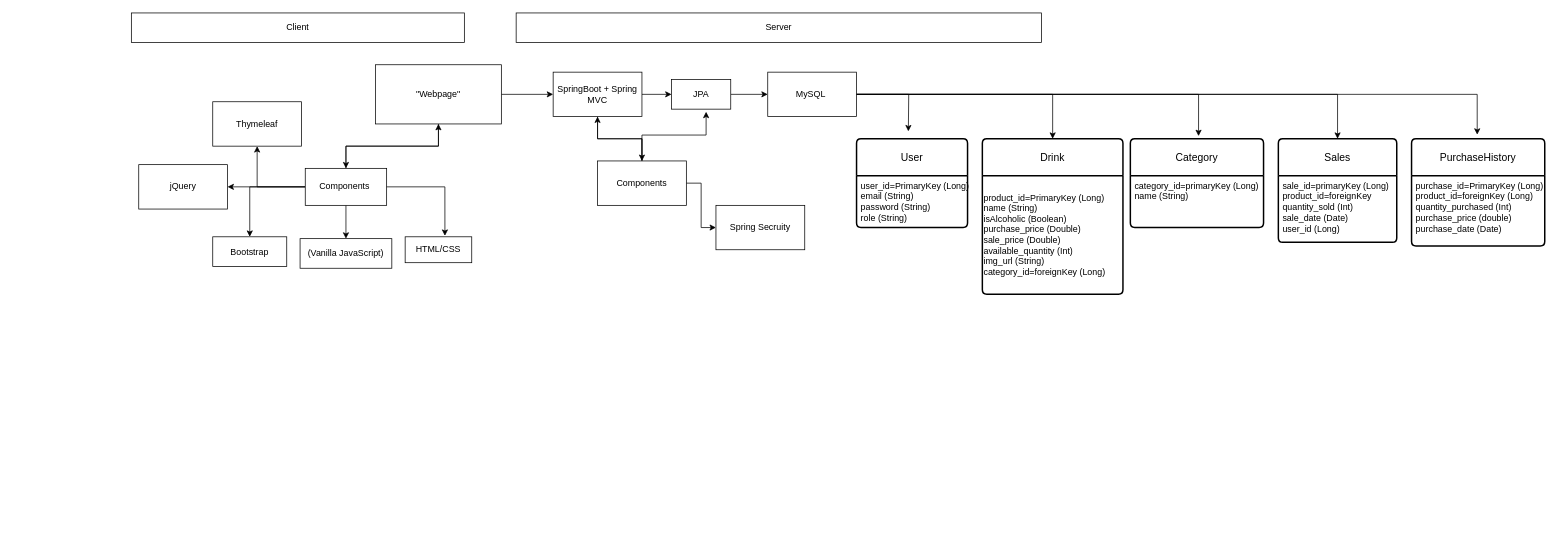
j4n-r/Inventory_V2 keeps this draw.io diagram as Inventory_V2.drawio. Above is the earlier version. Source tidied: cells renumbered, new cells numbered last; positions are measured from the earlier drawing's top-left corner, leaving out a move shared by most shapes. Both pictures are drawn from the tidied source at 74%, with x=0, y=0 at pixel (131, 13).
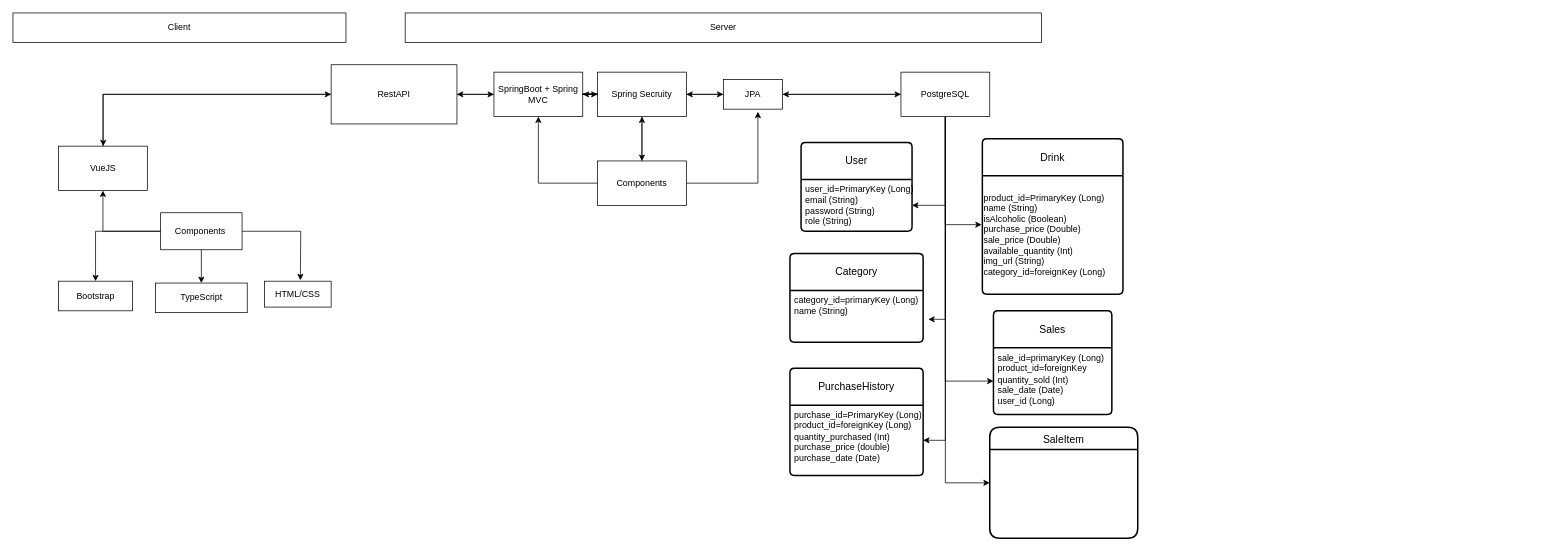
Above is the later version.

Commit message (it also covers changes not shown here):
0.0.3 Added login - switched from H2 in memory DB to PostgreSQL

The change refers to these unchanged cells:
```xml
<mxCell id="2" value="Drink" style="swimlane;horizontal=1;startSize=50;rounded=1;fontSize=14;fontStyle=0;strokeWidth=2;shadow=0;dashed=0;align=center;arcSize=4;whiteSpace=wrap;html=1;" parent="1" vertex="1">
  <mxGeometry x="1150" y="170" width="190" height="210" as="geometry" />
</mxCell>
<mxCell id="3" value="&lt;div style=&quot;&quot;&gt;product_id=PrimaryKey (Long)&lt;span style=&quot;background-color: initial; white-space-collapse: preserve;&quot;&gt;&#9;&lt;/span&gt;&lt;span style=&quot;background-color: initial; white-space-collapse: preserve;&quot;&gt;&#9;&lt;/span&gt;&lt;span style=&quot;background-color: initial; white-space-collapse: preserve;&quot;&gt;&#9;&lt;/span&gt;&lt;/div&gt;&lt;div style=&quot;&quot;&gt;&lt;span style=&quot;background-color: initial;&quot;&gt;name (String)&lt;/span&gt;&lt;/div&gt;&lt;div style=&quot;&quot;&gt;&lt;span style=&quot;background-color: initial;&quot;&gt;isAlcoholic (Boolean)&lt;/span&gt;&lt;br&gt;&lt;/div&gt;&lt;div style=&quot;&quot;&gt;&lt;span style=&quot;background-color: initial;&quot;&gt;purchase_price (Double)&lt;/span&gt;&lt;/div&gt;&lt;div style=&quot;&quot;&gt;&lt;span style=&quot;background-color: initial;&quot;&gt;sale_price (Double)&lt;/span&gt;&lt;/div&gt;&lt;div style=&quot;&quot;&gt;&lt;span style=&quot;background-color: initial;&quot;&gt;available_quantity (Int)&lt;/span&gt;&lt;/div&gt;&lt;div style=&quot;&quot;&gt;&lt;span style=&quot;background-color: initial;&quot;&gt;img_url (String)&lt;/span&gt;&lt;/div&gt;&lt;div style=&quot;&quot;&gt;category_id=foreignKey (Long)&lt;/div&gt;" style="text;html=1;align=left;verticalAlign=middle;points=[];strokeColor=none;fillColor=none;" parent="2" vertex="1">
  <mxGeometry y="50" width="190" height="160" as="geometry" />
</mxCell>
<mxCell id="5" value="user_id=PrimaryKey (Long)&lt;br&gt;email (String)&lt;br&gt;password (String)&lt;br&gt;role (String)" style="align=left;strokeColor=none;fillColor=none;spacingLeft=4;fontSize=12;verticalAlign=top;html=1;" parent="4" vertex="1">
  <mxGeometry y="50" width="150" height="70" as="geometry" />
</mxCell>
<mxCell id="31" value="Components" style="rounded=0;whiteSpace=wrap;html=1;" parent="1" vertex="1">
  <mxGeometry x="630" y="200" width="120" height="60" as="geometry" />
</mxCell>
<mxCell id="37" value="purchase_id=PrimaryKey (Long)&lt;br&gt;product_id=foreignKey (Long)&lt;br&gt;quantity_purchased (Int)&lt;br&gt;purchase_price (double)&lt;br&gt;purchase_date (Date)" style="align=left;strokeColor=none;fillColor=none;spacingLeft=4;fontSize=12;verticalAlign=top;html=1;" parent="36" vertex="1">
  <mxGeometry y="50" width="180" height="95" as="geometry" />
</mxCell>
<mxCell id="39" value="category_id=primaryKey (Long)&lt;br&gt;name (String)" style="align=left;strokeColor=none;fillColor=none;spacingLeft=4;fontSize=12;verticalAlign=top;html=1;" parent="38" vertex="1">
  <mxGeometry y="50" width="180" height="70" as="geometry" />
</mxCell>
<mxCell id="41" value="sale_id=primaryKey (Long)&lt;br&gt;product_id=foreignKey&lt;br&gt;quantity_sold (Int)&lt;br&gt;sale_date (Date)&lt;br&gt;user_id (Long)" style="align=left;strokeColor=none;fillColor=none;spacingLeft=4;fontSize=12;verticalAlign=top;html=1;" parent="40" vertex="1">
  <mxGeometry y="50" width="160" height="90" as="geometry" />
</mxCell>
```

Diff of the diagram source:
```diff
@@
     <mxCell id="4" value="User" style="swimlane;horizontal=1;startSize=50;rounded=1;fontSize=14;fontStyle=0;strokeWidth=2;shadow=0;dashed=0;align=center;arcSize=4;whiteSpace=wrap;html=1;" parent="1" vertex="1">
-      <mxGeometry x="980" y="170" width="150" height="120" as="geometry" />
+      <mxGeometry x="905" y="175" width="150" height="120" as="geometry" />
     </mxCell>
@@
     <mxCell id="6" value="Client" style="rounded=0;whiteSpace=wrap;html=1;" parent="1" vertex="1">
-      <mxGeometry width="450" height="40" as="geometry" />
+      <mxGeometry x="-160" width="450" height="40" as="geometry" />
     </mxCell>
     <mxCell id="7" value="Server" style="rounded=0;whiteSpace=wrap;html=1;" parent="1" vertex="1">
-      <mxGeometry x="520" width="710" height="40" as="geometry" />
+      <mxGeometry x="370" width="860" height="40" as="geometry" />
     </mxCell>
@@
-    <mxCell id="9" style="edgeStyle=orthogonalEdgeStyle;rounded=0;jettySize=auto;html=1;" parent="1" edge="1" source="10" target="16">
-      <mxGeometry relative="1" as="geometry" />
-    </mxCell>
+    <mxCell id="45" style="edgeStyle=orthogonalEdgeStyle;rounded=0;jettySize=auto;html=1;" parent="1" edge="1" source="10" target="62">
+      <mxGeometry relative="1" as="geometry">
+        <Array as="points">
+          <mxPoint x="-38" y="110" />
+        </Array>
+      </mxGeometry>
+    </mxCell>
-    <mxCell id="10" value="&quot;Webpage&quot;" style="rounded=0;whiteSpace=wrap;html=1;" parent="1" vertex="1">
-      <mxGeometry x="330" y="70" width="170" height="80" as="geometry" />
+    <mxCell id="10" value="RestAPI" style="rounded=0;whiteSpace=wrap;html=1;" parent="1" vertex="1">
+      <mxGeometry x="270" y="70" width="170" height="80" as="geometry" />
     </mxCell>
@@
-    <mxCell id="13" style="edgeStyle=orthogonalEdgeStyle;rounded=0;jettySize=auto;html=1;entryX=0.5;entryY=1;entryDx=0;entryDy=0;" parent="1" edge="1" source="16" target="10">
-      <mxGeometry relative="1" as="geometry" />
-    </mxCell>
-    <mxCell id="14" style="edgeStyle=orthogonalEdgeStyle;rounded=0;jettySize=auto;html=1;entryX=0.5;entryY=1;entryDx=0;entryDy=0;" parent="1" edge="1" source="16" target="25">
-      <mxGeometry relative="1" as="geometry" />
-    </mxCell>
-    <mxCell id="15" style="edgeStyle=orthogonalEdgeStyle;rounded=0;jettySize=auto;html=1;entryX=1;entryY=0.5;entryDx=0;entryDy=0;" parent="1" edge="1" source="16" target="44">
-      <mxGeometry relative="1" as="geometry" />
-    </mxCell>
+    <mxCell id="46" style="edgeStyle=orthogonalEdgeStyle;rounded=0;jettySize=auto;html=1;" parent="1" edge="1" source="16" target="62">
+      <mxGeometry relative="1" as="geometry" />
+    </mxCell>
     <mxCell id="16" value="Components&amp;nbsp;" style="rounded=0;whiteSpace=wrap;html=1;" parent="1" vertex="1">
-      <mxGeometry x="235" y="210" width="110" height="50" as="geometry" />
+      <mxGeometry x="39.6" y="270" width="110" height="50" as="geometry" />
     </mxCell>
     <mxCell id="17" value="Bootstrap" style="rounded=0;whiteSpace=wrap;html=1;" parent="1" vertex="1">
-      <mxGeometry x="110" y="302.5" width="100" height="40" as="geometry" />
+      <mxGeometry x="-98.4" y="362.5" width="100" height="40" as="geometry" />
     </mxCell>
-    <mxCell id="18" value="(Vanilla JavaScript)" style="rounded=0;whiteSpace=wrap;html=1;" parent="1" vertex="1">
-      <mxGeometry x="228" y="305" width="124" height="40" as="geometry" />
+    <mxCell id="18" value="TypeScript" style="rounded=0;whiteSpace=wrap;html=1;" parent="1" vertex="1">
+      <mxGeometry x="32.6" y="365" width="124" height="40" as="geometry" />
     </mxCell>
     <mxCell id="19" value="HTML/CSS" style="rounded=0;whiteSpace=wrap;html=1;" parent="1" vertex="1">
-      <mxGeometry x="370" y="302.5" width="90" height="35" as="geometry" />
+      <mxGeometry x="180" y="362.5" width="90" height="35" as="geometry" />
     </mxCell>
-    <mxCell id="20" style="edgeStyle=orthogonalEdgeStyle;rounded=0;jettySize=auto;html=1;entryX=0.597;entryY=-0.038;entryDx=0;entryDy=0;entryPerimeter=0;" parent="1" edge="1" source="16" target="19">
-      <mxGeometry relative="1" as="geometry" />
+    <mxCell id="20" style="edgeStyle=orthogonalEdgeStyle;rounded=0;jettySize=auto;html=1;entryX=0.597;entryY=-0.038;entryDx=0;entryDy=0;entryPerimeter=0;" parent="1" edge="1" source="16">
+      <mxGeometry relative="1" as="geometry">
+        <mxPoint x="228.4" y="361.2" as="targetPoint" />
+      </mxGeometry>
     </mxCell>
-    <mxCell id="21" style="edgeStyle=orthogonalEdgeStyle;rounded=0;jettySize=auto;html=1;entryX=0.5;entryY=0;entryDx=0;entryDy=0;" parent="1" edge="1" source="24" target="2">
-      <mxGeometry relative="1" as="geometry" />
-    </mxCell>
-    <mxCell id="22" style="edgeStyle=orthogonalEdgeStyle;rounded=0;jettySize=auto;html=1;entryX=0.5;entryY=0;entryDx=0;entryDy=0;" parent="1" edge="1" source="24" target="40">
-      <mxGeometry relative="1" as="geometry" />
-    </mxCell>
-    <mxCell id="23" style="edgeStyle=orthogonalEdgeStyle;rounded=0;jettySize=auto;html=1;" parent="1" edge="1" source="24">
-      <mxGeometry relative="1" as="geometry">
-        <mxPoint x="1050" y="160" as="targetPoint" />
-      </mxGeometry>
-    </mxCell>
+    <mxCell id="47" style="edgeStyle=orthogonalEdgeStyle;rounded=0;jettySize=auto;html=1;" parent="1" edge="1" source="24" target="34">
+      <mxGeometry relative="1" as="geometry" />
+    </mxCell>
+    <mxCell id="48" style="edgeStyle=orthogonalEdgeStyle;rounded=0;jettySize=auto;html=1;entryX=-0.005;entryY=0.413;entryDx=0;entryDy=0;entryPerimeter=0;" parent="1" edge="1" source="24" target="3">
+      <mxGeometry relative="1" as="geometry" />
+    </mxCell>
+    <mxCell id="49" style="edgeStyle=orthogonalEdgeStyle;rounded=0;jettySize=auto;html=1;entryX=1;entryY=0.5;entryDx=0;entryDy=0;" parent="1" edge="1" source="24" target="5">
+      <mxGeometry relative="1" as="geometry" />
+    </mxCell>
+    <mxCell id="50" style="edgeStyle=orthogonalEdgeStyle;rounded=0;jettySize=auto;html=1;entryX=1.039;entryY=0.557;entryDx=0;entryDy=0;entryPerimeter=0;" parent="1" edge="1" source="24" target="39">
+      <mxGeometry relative="1" as="geometry">
+        <Array as="points">
+          <mxPoint x="1100" y="414" />
+        </Array>
+      </mxGeometry>
+    </mxCell>
+    <mxCell id="51" style="edgeStyle=orthogonalEdgeStyle;rounded=0;jettySize=auto;html=1;entryX=0;entryY=0.5;entryDx=0;entryDy=0;" parent="1" edge="1" source="24" target="41">
+      <mxGeometry relative="1" as="geometry">
+        <Array as="points">
+          <mxPoint x="1100" y="498" />
+        </Array>
+      </mxGeometry>
+    </mxCell>
+    <mxCell id="52" style="edgeStyle=orthogonalEdgeStyle;rounded=0;jettySize=auto;html=1;entryX=0;entryY=0.5;entryDx=0;entryDy=0;" parent="1" edge="1" source="24" target="57">
+      <mxGeometry relative="1" as="geometry" />
+    </mxCell>
+    <mxCell id="53" style="edgeStyle=orthogonalEdgeStyle;rounded=0;jettySize=auto;html=1;entryX=1;entryY=0.5;entryDx=0;entryDy=0;" parent="1" edge="1" source="24" target="37">
+      <mxGeometry relative="1" as="geometry" />
+    </mxCell>
-    <mxCell id="24" value="MySQL&amp;nbsp;" style="rounded=0;whiteSpace=wrap;html=1;" parent="1" vertex="1">
-      <mxGeometry x="860" y="80" width="120" height="60" as="geometry" />
+    <mxCell id="24" value="PostgreSQL" style="rounded=0;whiteSpace=wrap;html=1;" parent="1" vertex="1">
+      <mxGeometry x="1040" y="80" width="120" height="60" as="geometry" />
     </mxCell>
-    <mxCell id="25" value="Thymeleaf" style="rounded=0;whiteSpace=wrap;html=1;" parent="1" vertex="1">
-      <mxGeometry x="110" y="120" width="120" height="60" as="geometry" />
-    </mxCell>
-    <mxCell id="26" style="edgeStyle=orthogonalEdgeStyle;rounded=0;jettySize=auto;html=1;" parent="1" edge="1" source="28" target="31">
+    <mxCell id="26" style="edgeStyle=orthogonalEdgeStyle;rounded=0;jettySize=auto;html=1;startArrow=none;" parent="1" edge="1" source="32" target="31">
       <mxGeometry relative="1" as="geometry" />
     </mxCell>
-    <mxCell id="27" style="edgeStyle=orthogonalEdgeStyle;rounded=0;jettySize=auto;html=1;" parent="1" edge="1" source="28" target="34">
+    <mxCell id="27" style="edgeStyle=orthogonalEdgeStyle;rounded=0;jettySize=auto;html=1;startArrow=none;" parent="1" edge="1" source="32" target="34">
       <mxGeometry relative="1" as="geometry" />
     </mxCell>
+    <mxCell id="54" style="edgeStyle=orthogonalEdgeStyle;rounded=0;jettySize=auto;html=1;entryX=1;entryY=0.5;entryDx=0;entryDy=0;" parent="1" edge="1" source="28" target="10">
+      <mxGeometry relative="1" as="geometry" />
+    </mxCell>
+    <mxCell id="55" style="edgeStyle=orthogonalEdgeStyle;rounded=0;jettySize=auto;html=1;" parent="1" edge="1" source="28" target="32">
+      <mxGeometry relative="1" as="geometry" />
+    </mxCell>
     <mxCell id="28" value="SpringBoot + Spring MVC" style="rounded=0;whiteSpace=wrap;html=1;" parent="1" vertex="1">
-      <mxGeometry x="570" y="80" width="120" height="60" as="geometry" />
+      <mxGeometry x="490" y="80" width="120" height="60" as="geometry" />
     </mxCell>
@@
-    <mxCell id="32" value="Spring Secruity" style="whiteSpace=wrap;html=1;rounded=0;" parent="1" vertex="1">
-      <mxGeometry x="790" y="260" width="120" height="60" as="geometry" />
-    </mxCell>
@@
+    <mxCell id="56" style="edgeStyle=orthogonalEdgeStyle;rounded=0;jettySize=auto;html=1;" parent="1" edge="1" source="34" target="32">
+      <mxGeometry relative="1" as="geometry" />
+    </mxCell>
     <mxCell id="34" value="JPA" style="whiteSpace=wrap;html=1;rounded=0;" parent="1" vertex="1">
-      <mxGeometry x="730" y="90" width="80" height="40" as="geometry" />
+      <mxGeometry x="800" y="90" width="80" height="40" as="geometry" />
     </mxCell>
@@
     <mxCell id="36" value="PurchaseHistory" style="swimlane;horizontal=1;startSize=50;rounded=1;fontSize=14;fontStyle=0;strokeWidth=2;shadow=0;dashed=0;align=center;arcSize=4;whiteSpace=wrap;html=1;" parent="1" vertex="1">
-      <mxGeometry x="1730" y="170" width="180" height="145" as="geometry" />
+      <mxGeometry x="890" y="480" width="180" height="145" as="geometry" />
     </mxCell>
@@
     <mxCell id="38" value="Category" style="swimlane;horizontal=1;startSize=50;rounded=1;fontSize=14;fontStyle=0;strokeWidth=2;shadow=0;dashed=0;align=center;arcSize=4;whiteSpace=wrap;html=1;" parent="1" vertex="1">
-      <mxGeometry x="1350" y="170" width="180" height="120" as="geometry" />
+      <mxGeometry x="890" y="325" width="180" height="120" as="geometry" />
     </mxCell>
@@
     <mxCell id="40" value="Sales" style="swimlane;horizontal=1;startSize=50;rounded=1;fontSize=14;fontStyle=0;strokeWidth=2;shadow=0;dashed=0;align=center;arcSize=4;whiteSpace=wrap;html=1;" parent="1" vertex="1">
-      <mxGeometry x="1550" y="170" width="160" height="140" as="geometry" />
+      <mxGeometry x="1165" y="402.5" width="160" height="140" as="geometry" />
     </mxCell>
@@
-    <mxCell id="42" style="edgeStyle=orthogonalEdgeStyle;rounded=0;jettySize=auto;html=1;entryX=0.512;entryY=-0.03;entryDx=0;entryDy=0;entryPerimeter=0;" parent="1" edge="1" source="24" target="38">
-      <mxGeometry relative="1" as="geometry" />
-    </mxCell>
-    <mxCell id="43" style="edgeStyle=orthogonalEdgeStyle;rounded=0;jettySize=auto;html=1;entryX=0.493;entryY=-0.038;entryDx=0;entryDy=0;entryPerimeter=0;" parent="1" edge="1" source="24" target="36">
-      <mxGeometry relative="1" as="geometry" />
-    </mxCell>
-    <mxCell id="44" value="jQuery" style="rounded=0;whiteSpace=wrap;html=1;" parent="1" vertex="1">
-      <mxGeometry x="10" y="205" width="120" height="60" as="geometry" />
-    </mxCell>
+    <mxCell id="57" value="SaleItem" style="swimlane;horizontal=1;startSize=30;rounded=1;fontSize=14;fontStyle=0;strokeWidth=2;shadow=0;dashed=0;align=center;" parent="1" vertex="1">
+      <mxGeometry x="1160" y="560" width="200" height="150" as="geometry" />
+    </mxCell>
+    <mxCell id="58" style="edgeStyle=orthogonalEdgeStyle;rounded=0;jettySize=auto;html=1;endArrow=none;" parent="1" edge="1" source="28" target="32">
+      <mxGeometry relative="1" as="geometry" />
+    </mxCell>
+    <mxCell id="59" style="edgeStyle=orthogonalEdgeStyle;rounded=0;jettySize=auto;html=1;" parent="1" edge="1" source="32" target="28">
+      <mxGeometry relative="1" as="geometry" />
+    </mxCell>
+    <mxCell id="32" value="Spring Secruity" style="whiteSpace=wrap;html=1;rounded=0;" parent="1" vertex="1">
+      <mxGeometry x="630" y="80" width="120" height="60" as="geometry" />
+    </mxCell>
+    <mxCell id="60" style="edgeStyle=orthogonalEdgeStyle;rounded=0;jettySize=auto;html=1;endArrow=none;" parent="1" edge="1" source="28" target="32">
+      <mxGeometry relative="1" as="geometry" />
+    </mxCell>
+    <mxCell id="61" style="edgeStyle=orthogonalEdgeStyle;rounded=0;jettySize=auto;html=1;" parent="1" edge="1" source="62" target="10">
+      <mxGeometry relative="1" as="geometry">
+        <Array as="points">
+          <mxPoint x="-38" y="110" />
+        </Array>
+      </mxGeometry>
+    </mxCell>
+    <mxCell id="62" value="VueJS" style="rounded=0;whiteSpace=wrap;html=1;" parent="1" vertex="1">
+      <mxGeometry x="-98.4" y="180" width="120" height="60" as="geometry" />
+    </mxCell>
```
